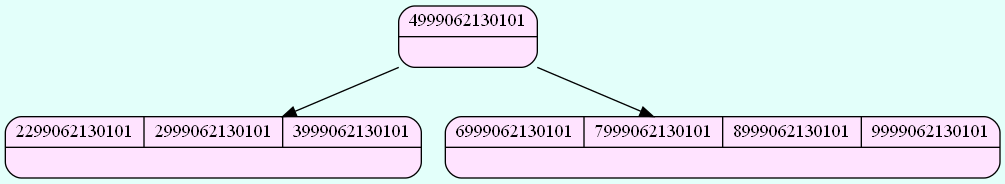
The Graphviz diagram FASE 2/Grafico/Admin_Btree_Clients.png in Serch-ING/EDD_UDRAWING_202000119, before a commit. Its source is kept beside it as FASE 2/Grafico/Admin_Btree_Clients.dot.
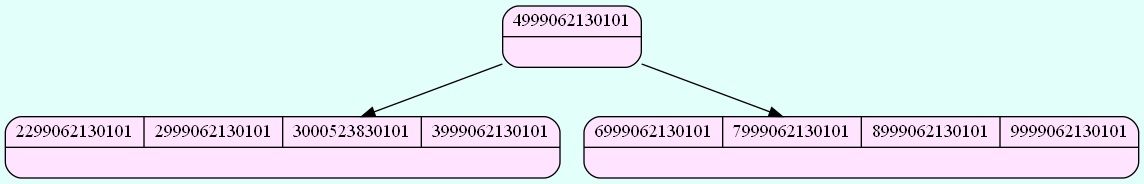
Later version of the same file.

The edit, as a diff of the source:
```diff
@@ -1,10 +1,10 @@
 digraph structs {
   bgcolor = "#E3FFFA"
  node [shape=Mrecord fillcolor="#FFE3FF" style =filled];
-struct481199264[label="{{4999062130101}|<here>}"];
-struct77305773[label="{{2299062130101| 2999062130101| 3999062130101}|<here>}"];
-struct994847838[label="{{6999062130101| 7999062130101| 8999062130101| 9999062130101}|<here>}"];
+struct886392987[label="{{4999062130101}|<here>}"];
+struct1255104929[label="{{2299062130101| 2999062130101| 3000523830101| 3999062130101}|<here>}"];
+struct1674410224[label="{{6999062130101| 7999062130101| 8999062130101| 9999062130101}|<here>}"];
 
-struct481199264->struct77305773;
-struct481199264->struct994847838;
+struct886392987->struct1255104929;
+struct886392987->struct1674410224;
 }
```
